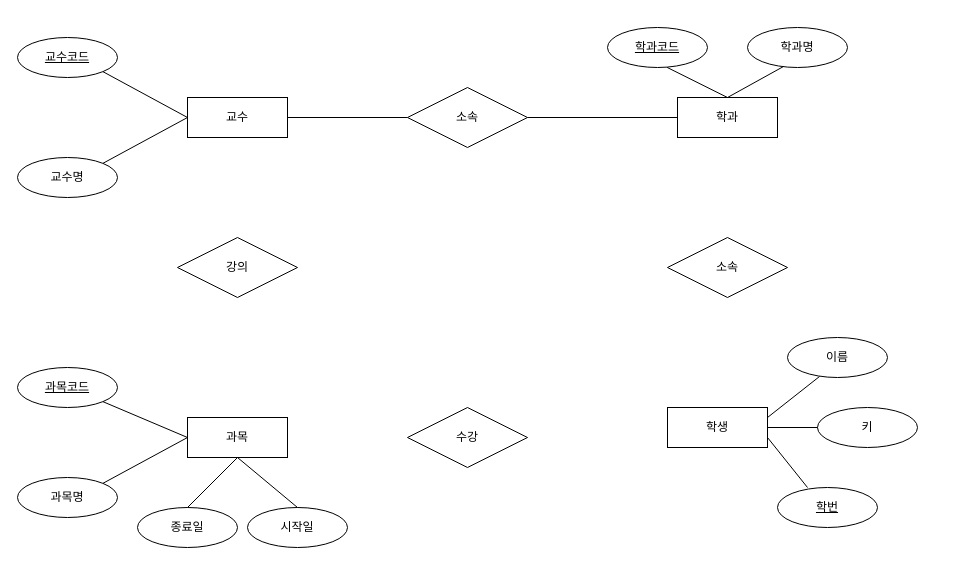
Earlier version of the draw.io diagram 학사관리시스템.drawio (joohyunProjectStorage/erd_sample). Source tidied: cells renumbered, new cells numbered last; positions are measured from the earlier drawing's top-left corner, leaving out a move shared by most shapes. Both pictures are drawn from the tidied source at 100%, with x=0, y=0 at pixel (17, 27).
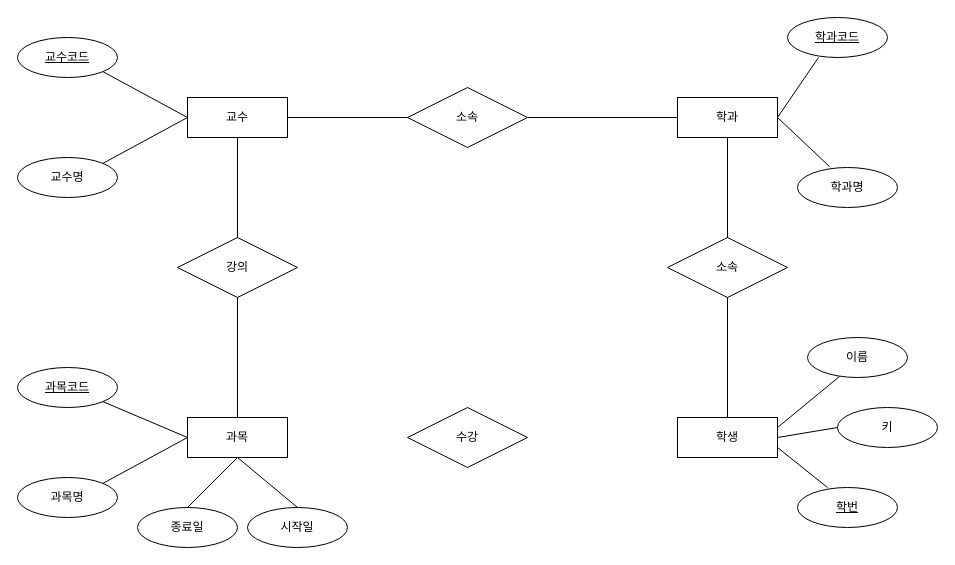
Above is the later version.

Commit message (it also covers changes not shown here):
학사관리시스템.drawio 업데이트

The change refers to these unchanged cells:
```xml
<mxCell id="2" value="교수" style="whiteSpace=wrap;html=1;align=center;" parent="1" vertex="1">
  <mxGeometry x="170" y="70" width="100" height="40" as="geometry" />
</mxCell>
<mxCell id="3" value="학과" style="whiteSpace=wrap;html=1;align=center;" parent="1" vertex="1">
  <mxGeometry x="660" y="70" width="100" height="40" as="geometry" />
</mxCell>
<mxCell id="4" value="과목" style="whiteSpace=wrap;html=1;align=center;" parent="1" vertex="1">
  <mxGeometry x="170" y="390" width="100" height="40" as="geometry" />
</mxCell>
<mxCell id="29" value="강의" style="shape=rhombus;perimeter=rhombusPerimeter;whiteSpace=wrap;html=1;align=center;" parent="1" vertex="1">
  <mxGeometry x="160" y="210" width="120" height="60" as="geometry" />
</mxCell>
```

Change to the diagram source:
```diff
@@
     <mxCell id="5" value="학생" style="whiteSpace=wrap;html=1;align=center;" parent="1" vertex="1">
-      <mxGeometry x="650" y="380" width="100" height="40" as="geometry" />
+      <mxGeometry x="660" y="390" width="100" height="40" as="geometry" />
     </mxCell>
@@
     <mxCell id="18" value="키" style="ellipse;whiteSpace=wrap;html=1;align=center;" parent="1" vertex="1">
-      <mxGeometry x="800" y="380" width="100" height="40" as="geometry" />
+      <mxGeometry x="820" y="380" width="100" height="40" as="geometry" />
     </mxCell>
     <mxCell id="19" value="이름" style="ellipse;whiteSpace=wrap;html=1;align=center;" parent="1" vertex="1">
-      <mxGeometry x="770" y="310" width="100" height="40" as="geometry" />
+      <mxGeometry x="790" y="310" width="100" height="40" as="geometry" />
     </mxCell>
     <mxCell id="20" value="학번" style="ellipse;whiteSpace=wrap;html=1;align=center;fontStyle=4;" parent="1" vertex="1">
-      <mxGeometry x="760" y="460" width="100" height="40" as="geometry" />
+      <mxGeometry x="780" y="460" width="100" height="40" as="geometry" />
     </mxCell>
     <mxCell id="21" value="학과코드" style="ellipse;whiteSpace=wrap;html=1;align=center;fontStyle=4;" parent="1" vertex="1">
-      <mxGeometry x="590" width="100" height="40" as="geometry" />
+      <mxGeometry x="770" y="-10" width="100" height="40" as="geometry" />
     </mxCell>
     <mxCell id="22" value="학과명" style="ellipse;whiteSpace=wrap;html=1;align=center;" parent="1" vertex="1">
-      <mxGeometry x="730" width="100" height="40" as="geometry" />
+      <mxGeometry x="780" y="140" width="100" height="40" as="geometry" />
     </mxCell>
-    <mxCell id="23" style="endArrow=none;html=1;rounded=0;exitX=1;exitY=1;exitDx=0;exitDy=0;entryX=0.5;entryY=0;entryDx=0;entryDy=0;" parent="1" edge="1" target="3">
-      <mxGeometry relative="1" as="geometry">
-        <mxPoint x="649.6" y="39.9" as="sourcePoint" />
-      </mxGeometry>
+    <mxCell id="23" style="endArrow=none;html=1;rounded=0;exitX=0.31;exitY=1;exitDx=0;exitDy=0;entryX=1;entryY=0.5;entryDx=0;entryDy=0;exitPerimeter=0;" parent="1" edge="1" source="21" target="3">
+      <mxGeometry relative="1" as="geometry" />
     </mxCell>
-    <mxCell id="24" style="endArrow=none;html=1;rounded=0;exitX=0.36;exitY=0.975;exitDx=0;exitDy=0;entryX=0.5;entryY=0;entryDx=0;entryDy=0;exitPerimeter=0;" parent="1" edge="1" source="22" target="3">
+    <mxCell id="24" style="endArrow=none;html=1;rounded=0;exitX=0.32;exitY=-0.025;exitDx=0;exitDy=0;entryX=1;entryY=0.5;entryDx=0;entryDy=0;exitPerimeter=0;" parent="1" edge="1" source="22" target="3">
       <mxGeometry relative="1" as="geometry" />
     </mxCell>
@@
+    <mxCell id="34" style="endArrow=none;html=1;rounded=0;exitX=0.5;exitY=1;exitDx=0;exitDy=0;entryX=0.5;entryY=0;entryDx=0;entryDy=0;" parent="1" edge="1" source="2" target="29">
+      <mxGeometry relative="1" as="geometry" />
+    </mxCell>
+    <mxCell id="35" style="endArrow=none;html=1;rounded=0;exitX=0.5;exitY=1;exitDx=0;exitDy=0;entryX=0.5;entryY=0;entryDx=0;entryDy=0;" parent="1" edge="1">
+      <mxGeometry relative="1" as="geometry">
+        <mxPoint x="710" y="110" as="sourcePoint" />
+        <mxPoint x="710" y="210" as="targetPoint" />
+      </mxGeometry>
+    </mxCell>
+    <mxCell id="36" style="endArrow=none;html=1;rounded=0;exitX=0.5;exitY=1;exitDx=0;exitDy=0;entryX=0.5;entryY=0;entryDx=0;entryDy=0;" parent="1" edge="1" target="4">
+      <mxGeometry relative="1" as="geometry">
+        <mxPoint x="220" y="270" as="sourcePoint" />
+      </mxGeometry>
+    </mxCell>
+    <mxCell id="37" style="endArrow=none;html=1;rounded=0;exitX=0.5;exitY=1;exitDx=0;exitDy=0;entryX=0.5;entryY=0;entryDx=0;entryDy=0;" parent="1" edge="1">
+      <mxGeometry relative="1" as="geometry">
+        <mxPoint x="710" y="270" as="sourcePoint" />
+        <mxPoint x="710" y="390" as="targetPoint" />
+      </mxGeometry>
+    </mxCell>
```
